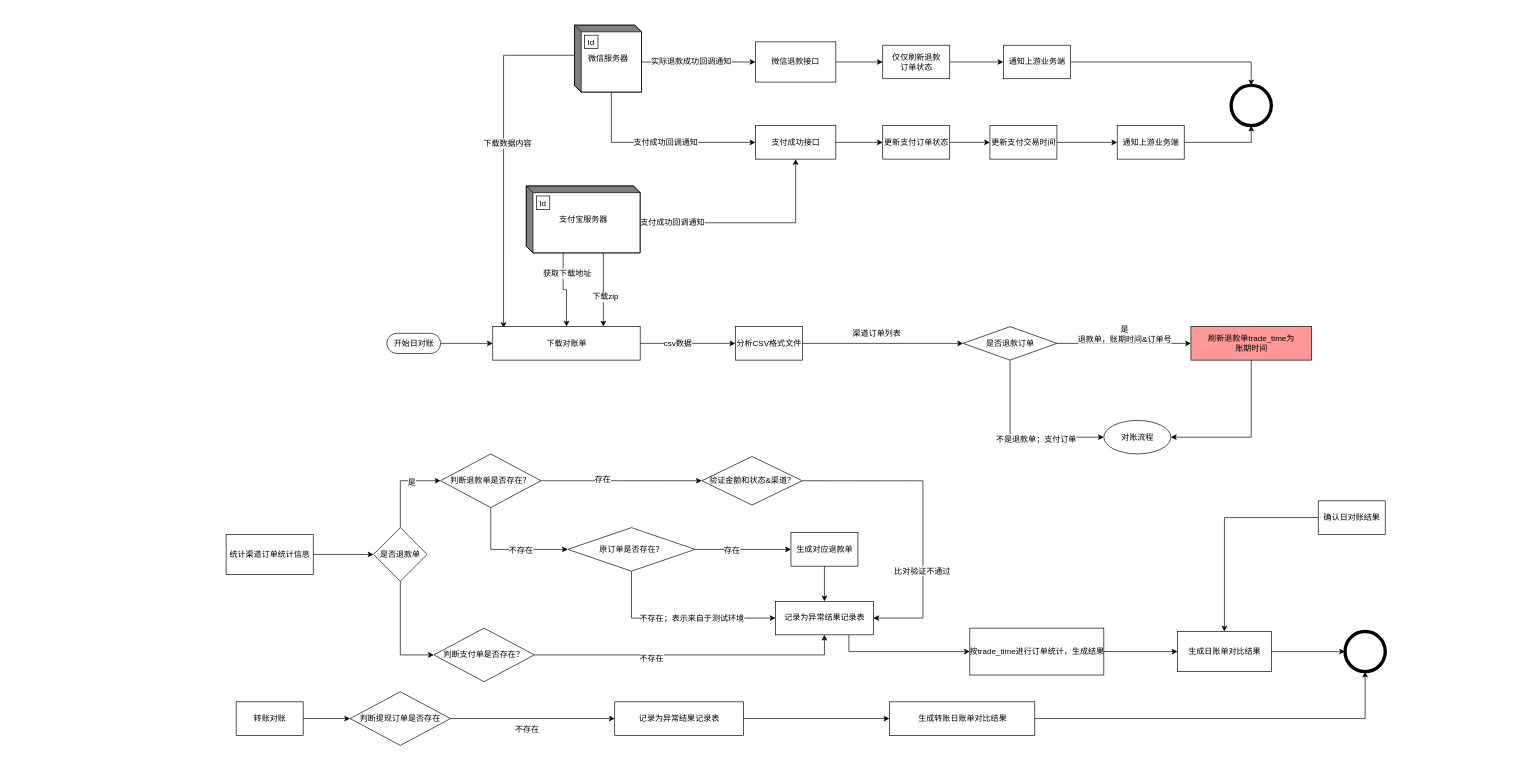
This is pay-center_20200224.drawio from hellojd2018/ms_document, a draw.io file, before an edit. Source tidied: cells renumbered, new cells numbered last; positions are measured from the earlier drawing's top-left corner, leaving out a move shared by most shapes. Both pictures are drawn from the tidied source at 67%, with x=0, y=0 at pixel (226, 25).
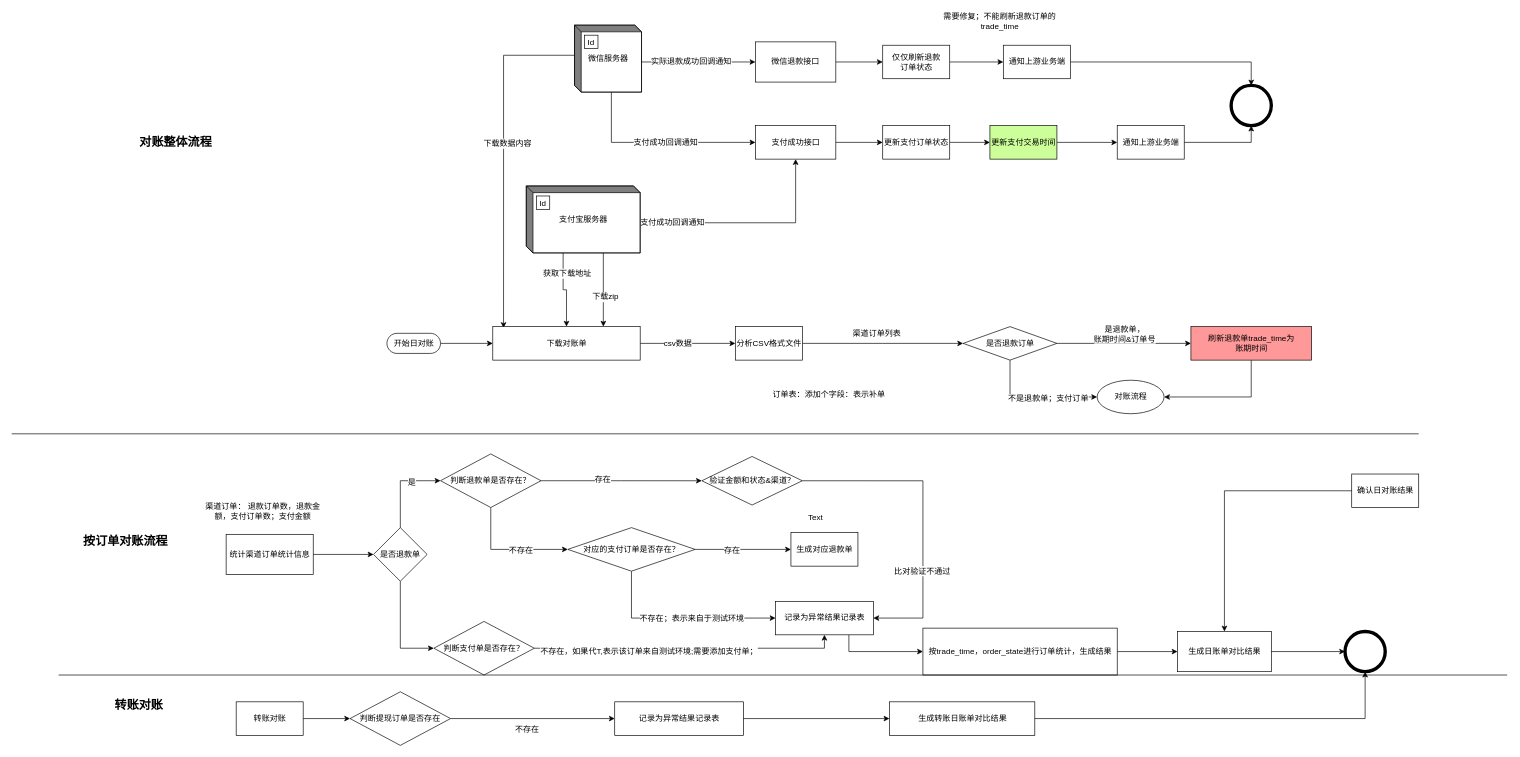
The same diagram, later.

The change refers to these unchanged cells:
```xml
<mxCell id="46" style="edgeStyle=orthogonalEdgeStyle;rounded=0;jettySize=auto;html=1;exitX=1;exitY=0.5;exitDx=0;exitDy=0;entryX=0;entryY=0.5;entryDx=0;entryDy=0;" parent="1" edge="1" source="43" target="45">
  <mxGeometry relative="1" as="geometry" />
</mxCell>
<mxCell id="64" value="记录为异常结果记录表" style="html=1;dashed=0;whitespace=wrap;" parent="1" vertex="1">
  <mxGeometry x="820" y="860" width="146" height="50" as="geometry" />
</mxCell>
<mxCell id="66" value="生成对应退款单" style="html=1;dashed=0;whitespace=wrap;" parent="1" vertex="1">
  <mxGeometry x="843" y="757.5" width="100" height="50" as="geometry" />
</mxCell>
<mxCell id="72" style="edgeStyle=orthogonalEdgeStyle;rounded=0;jettySize=auto;html=1;exitX=1;exitY=0.5;exitDx=0;exitDy=0;entryX=0.5;entryY=1;entryDx=0;entryDy=0;" parent="1" edge="1" source="74" target="64">
  <mxGeometry relative="1" as="geometry" />
</mxCell>
```

Diff of the diagram source:
```diff
@@
-    <mxCell id="38" value="更新支付交易时间" style="html=1;dashed=0;whitespace=wrap;" parent="1" vertex="1">
+    <mxCell id="38" value="更新支付交易时间" style="html=1;dashed=0;whitespace=wrap;fillColor=#CCFF99;" parent="1" vertex="1">
       <mxGeometry x="1140" y="150" width="100" height="50" as="geometry" />
     </mxCell>
@@
-    <mxCell id="47" value="是&lt;br&gt;退款单，账期时间&amp;amp;订单号" style="text;html=1;align=center;verticalAlign=middle;labelBackgroundColor=#ffffff;" parent="46" vertex="1">
+    <mxCell id="47" value="是退款单，&lt;br&gt;账期时间&amp;amp;订单号" style="text;html=1;align=center;verticalAlign=middle;labelBackgroundColor=#ffffff;" parent="46" vertex="1">
       <mxGeometry x="-0.51" y="27" relative="1" as="geometry">
         <mxPoint x="51" y="12" as="offset" />
       </mxGeometry>
     </mxCell>
     <mxCell id="48" value="对账流程" style="shape=ellipse;html=1;dashed=0;whitespace=wrap;perimeter=ellipsePerimeter;" parent="1" vertex="1">
-      <mxGeometry x="1310" y="590" width="100" height="50" as="geometry" />
+      <mxGeometry x="1300" y="530" width="100" height="50" as="geometry" />
     </mxCell>
@@
-    <mxCell id="62" value="原订单是否存在？" style="shape=rhombus;html=1;dashed=0;whitespace=wrap;perimeter=rhombusPerimeter;" parent="1" vertex="1">
+    <mxCell id="62" value="对应的支付订单是否存在？" style="shape=rhombus;html=1;dashed=0;whitespace=wrap;perimeter=rhombusPerimeter;" parent="1" vertex="1">
       <mxGeometry x="510" y="750" width="190" height="65" as="geometry" />
     </mxCell>
@@
-    <mxCell id="65" style="edgeStyle=orthogonalEdgeStyle;rounded=0;jettySize=auto;html=1;exitX=0.5;exitY=1;exitDx=0;exitDy=0;" parent="1" edge="1" source="66" target="64">
-      <mxGeometry relative="1" as="geometry" />
-    </mxCell>
@@
-    <mxCell id="68" value="按trade_time进行订单统计，生成结果" style="html=1;dashed=0;whitespace=wrap;" parent="1" vertex="1">
-      <mxGeometry x="1110" y="900" width="200" height="70" as="geometry" />
+    <mxCell id="68" value="按trade_time，order_state进行订单统计，生成结果" style="html=1;dashed=0;whitespace=wrap;" parent="1" vertex="1">
+      <mxGeometry x="1040" y="900" width="290" height="70" as="geometry" />
     </mxCell>
@@
-    <mxCell id="73" value="不存在" style="text;html=1;align=center;verticalAlign=middle;labelBackgroundColor=#ffffff;" parent="72" vertex="1">
+    <mxCell id="73" value="不存在，如果代T,表示该订单来自测试环境;需要添加支付单； &lt;br&gt;" style="text;html=1;align=center;verticalAlign=middle;labelBackgroundColor=#ffffff;" parent="72" vertex="1">
       <mxGeometry x="-0.25" y="-4" relative="1" as="geometry" />
     </mxCell>
     <mxCell id="74" value="判断支付单是否存在？" style="rhombus;whiteSpace=wrap;html=1;" parent="1" vertex="1">
-      <mxGeometry x="310" y="900" width="150" height="80" as="geometry" />
+      <mxGeometry x="310" y="890" width="150" height="80" as="geometry" />
     </mxCell>
@@
     <mxCell id="90" value="确认日对账结果" style="html=1;dashed=0;whitespace=wrap;fillColor=none;" parent="1" vertex="1">
-      <mxGeometry x="1630" y="710" width="100" height="50" as="geometry" />
+      <mxGeometry x="1680" y="670" width="100" height="50" as="geometry" />
     </mxCell>
+    <mxCell id="91" value="需要修复；不能刷新退款订单的trade_time" style="text;html=1;strokeColor=none;fillColor=none;align=center;verticalAlign=middle;whiteSpace=wrap;rounded=0;" parent="1" vertex="1">
+      <mxGeometry x="1050" y="-20" width="210" height="30" as="geometry" />
+    </mxCell>
+    <mxCell id="92" value="渠道订单： 退款订单数，退款金额，支付订单数；支付金额" style="text;html=1;strokeColor=none;fillColor=none;align=center;verticalAlign=middle;whiteSpace=wrap;rounded=0;" parent="1" vertex="1">
+      <mxGeometry x="-40" y="720" width="190" height="10" as="geometry" />
+    </mxCell>
+    <mxCell id="93" value="Text" style="text;html=1;strokeColor=none;fillColor=none;align=center;verticalAlign=middle;whiteSpace=wrap;rounded=0;" parent="1" vertex="1">
+      <mxGeometry x="860" y="725" width="40" height="20" as="geometry" />
+    </mxCell>
+    <mxCell id="94" value="订单表：添加个字段：表示补单" style="text;html=1;strokeColor=none;fillColor=none;align=center;verticalAlign=middle;whiteSpace=wrap;rounded=0;" parent="1" vertex="1">
+      <mxGeometry x="750" y="550" width="300" as="geometry" />
+    </mxCell>
+    <mxCell id="95" value="&lt;span style=&quot;white-space: nowrap&quot;&gt;&lt;b&gt;&lt;font style=&quot;font-size: 18px&quot;&gt;转账对账&lt;/font&gt;&lt;/b&gt;&lt;/span&gt;" style="text;html=1;strokeColor=none;fillColor=none;align=center;verticalAlign=middle;whiteSpace=wrap;rounded=0;" parent="1" vertex="1">
+      <mxGeometry x="-170" y="955" width="80" height="120" as="geometry" />
+    </mxCell>
+    <mxCell id="96" value="&lt;span style=&quot;white-space: nowrap&quot;&gt;&lt;b&gt;&lt;font style=&quot;font-size: 18px&quot;&gt;按订单对账流程&lt;/font&gt;&lt;/b&gt;&lt;/span&gt;" style="text;html=1;strokeColor=none;fillColor=none;align=center;verticalAlign=middle;whiteSpace=wrap;rounded=0;" parent="1" vertex="1">
+      <mxGeometry x="-190" y="710" width="80" height="120" as="geometry" />
+    </mxCell>
+    <mxCell id="97" value="&lt;span style=&quot;font-size: 18px&quot;&gt;&lt;b&gt;对账整体流程&lt;/b&gt;&lt;/span&gt;" style="text;html=1;strokeColor=none;fillColor=none;align=center;verticalAlign=middle;whiteSpace=wrap;rounded=0;" parent="1" vertex="1">
+      <mxGeometry x="-160" y="110" width="170" height="130" as="geometry" />
+    </mxCell>
+    <mxCell id="98" style="endArrow=none;html=1;" parent="1" edge="1">
+      <mxGeometry relative="1" as="geometry">
+        <mxPoint x="-320" y="610" as="sourcePoint" />
+        <mxPoint x="1780" y="610" as="targetPoint" />
+      </mxGeometry>
+    </mxCell>
+    <mxCell id="99" style="endArrow=none;html=1;" parent="1" edge="1">
+      <mxGeometry relative="1" as="geometry">
+        <mxPoint x="-250" y="970" as="sourcePoint" />
+        <mxPoint x="1912" y="970" as="targetPoint" />
+      </mxGeometry>
+    </mxCell>
```
